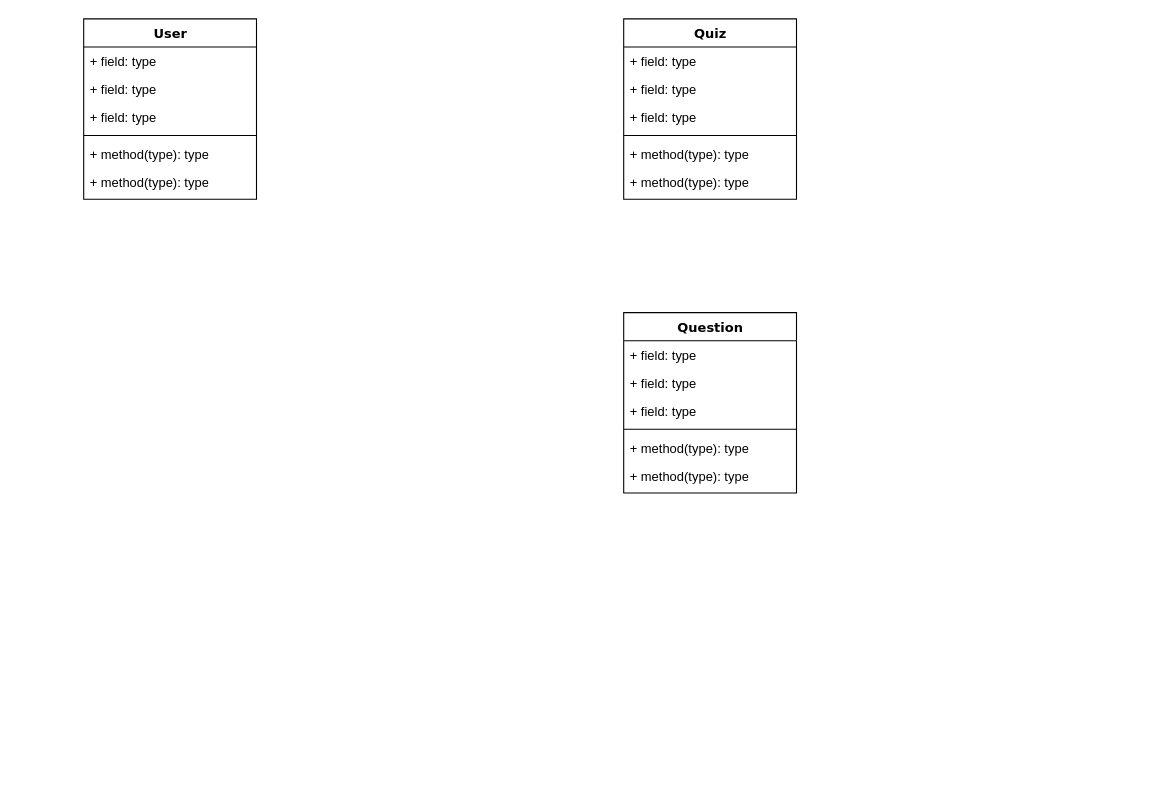
Before: docs/db_schema.drawio in mikolaz27/quiz_2025, a draw.io diagram. Source tidied: cells renumbered, new cells numbered last; positions are measured from the earlier drawing's top-left corner, leaving out a move shared by most shapes. Both pictures are drawn from the tidied source at 108%, with x=0, y=0 at pixel (83, 18).
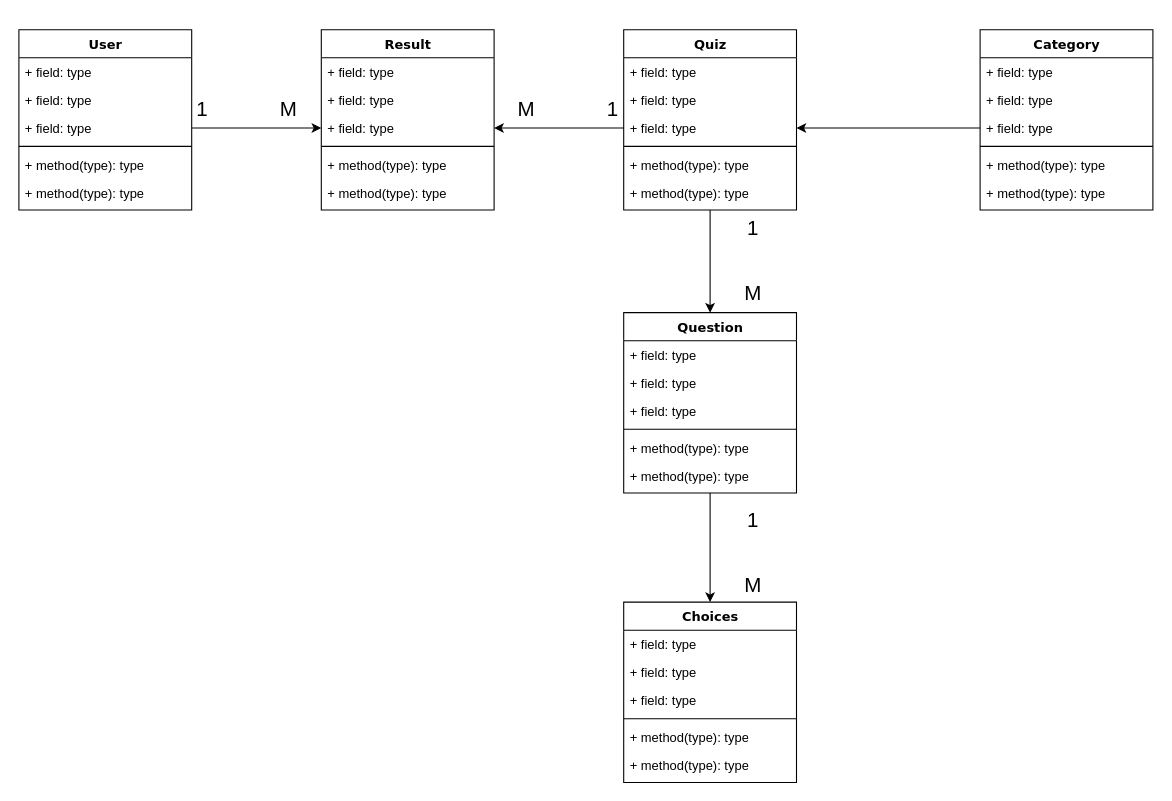
The same page after the edit.

Unchanged cells that the change refers to:
```xml
<mxCell id="5" value="+ field: type" style="text;html=1;strokeColor=none;fillColor=none;align=left;verticalAlign=top;spacingLeft=4;spacingRight=4;whiteSpace=wrap;overflow=hidden;points=[[0,0.5],[1,0.5]];portConstraint=eastwest;" parent="2" vertex="1">
  <mxGeometry y="78" width="160" height="26" as="geometry" />
</mxCell>
<mxCell id="9" value="Question" style="swimlane;html=1;fontStyle=1;align=center;verticalAlign=top;horizontal=1;startSize=26;swimlaneFillColor=#ffffff;rounded=0;shadow=0;comic=0;labelBackgroundColor=none;strokeWidth=1;fillColor=none;fontFamily=Verdana;fontSize=12;" parent="1" vertex="1">
  <mxGeometry x="500" y="272" width="160" height="167" as="geometry" />
</mxCell>
<mxCell id="19" value="+ field: type" style="text;html=1;strokeColor=none;fillColor=none;align=left;verticalAlign=top;spacingLeft=4;spacingRight=4;whiteSpace=wrap;overflow=hidden;points=[[0,0.5],[1,0.5]];portConstraint=eastwest;" parent="16" vertex="1">
  <mxGeometry y="78" width="160" height="26" as="geometry" />
</mxCell>
```

What changed in the source:
```diff
@@
+    <mxCell id="23" style="edgeStyle=orthogonalEdgeStyle;rounded=0;jettySize=auto;html=1;entryX=0.5;entryY=0;entryDx=0;entryDy=0;" parent="1" edge="1" source="2" target="9">
+      <mxGeometry relative="1" as="geometry" />
+    </mxCell>
     <mxCell id="2" value="&lt;div&gt;Quiz&lt;/div&gt;" style="swimlane;html=1;fontStyle=1;align=center;verticalAlign=top;horizontal=1;startSize=26;swimlaneFillColor=#ffffff;rounded=0;shadow=0;comic=0;labelBackgroundColor=none;strokeWidth=1;fillColor=none;fontFamily=Verdana;fontSize=12;" parent="1" vertex="1">
-      <mxGeometry x="500" width="160" height="167" as="geometry" />
+      <mxGeometry x="500" y="10" width="160" height="167" as="geometry" />
     </mxCell>
@@
+    <mxCell id="24" style="edgeStyle=orthogonalEdgeStyle;rounded=0;jettySize=auto;html=1;" parent="1" edge="1" source="9" target="27">
+      <mxGeometry relative="1" as="geometry" />
+    </mxCell>
@@
     <mxCell id="16" value="&lt;div&gt;User&lt;/div&gt;" style="swimlane;html=1;fontStyle=1;align=center;verticalAlign=top;horizontal=1;startSize=26;swimlaneFillColor=#ffffff;rounded=0;shadow=0;comic=0;labelBackgroundColor=none;strokeWidth=1;fillColor=none;fontFamily=Verdana;fontSize=12;" parent="1" vertex="1">
-      <mxGeometry width="160" height="167" as="geometry" />
+      <mxGeometry x="-60" y="10" width="160" height="167" as="geometry" />
     </mxCell>
@@
+    <mxCell id="25" value="1" style="text;html=1;align=center;verticalAlign=middle;whiteSpace=wrap;rounded=0;fontSize=19;" parent="1" vertex="1">
+      <mxGeometry x="590" y="180" width="60" height="30" as="geometry" />
+    </mxCell>
+    <mxCell id="26" value="M" style="text;html=1;align=center;verticalAlign=middle;whiteSpace=wrap;rounded=0;fontSize=19;" parent="1" vertex="1">
+      <mxGeometry x="590" y="240" width="60" height="30" as="geometry" />
+    </mxCell>
+    <mxCell id="27" value="Choices" style="swimlane;html=1;fontStyle=1;align=center;verticalAlign=top;horizontal=1;startSize=26;swimlaneFillColor=#ffffff;rounded=0;shadow=0;comic=0;labelBackgroundColor=none;strokeWidth=1;fillColor=none;fontFamily=Verdana;fontSize=12;" parent="1" vertex="1">
+      <mxGeometry x="500" y="540" width="160" height="167" as="geometry" />
+    </mxCell>
+    <mxCell id="28" value="+ field: type" style="text;html=1;strokeColor=none;fillColor=none;align=left;verticalAlign=top;spacingLeft=4;spacingRight=4;whiteSpace=wrap;overflow=hidden;" parent="27" vertex="1">
+      <mxGeometry y="26" width="160" height="26" as="geometry" />
+    </mxCell>
+    <mxCell id="29" value="+ field: type" style="text;html=1;strokeColor=none;fillColor=none;align=left;verticalAlign=top;spacingLeft=4;spacingRight=4;whiteSpace=wrap;overflow=hidden;" parent="27" vertex="1">
+      <mxGeometry y="52" width="160" height="26" as="geometry" />
+    </mxCell>
+    <mxCell id="30" value="+ field: type" style="text;html=1;strokeColor=none;fillColor=none;align=left;verticalAlign=top;spacingLeft=4;spacingRight=4;whiteSpace=wrap;overflow=hidden;" parent="27" vertex="1">
+      <mxGeometry y="78" width="160" height="26" as="geometry" />
+    </mxCell>
+    <mxCell id="31" style="line;html=1;strokeWidth=1;fillColor=none;align=left;verticalAlign=middle;spacingTop=-1;spacingLeft=3;spacingRight=3;labelPosition=right;" parent="27" vertex="1">
+      <mxGeometry y="104" width="160" height="8" as="geometry" />
+    </mxCell>
+    <mxCell id="32" value="+ method(type): type" style="text;html=1;strokeColor=none;fillColor=none;align=left;verticalAlign=top;spacingLeft=4;spacingRight=4;whiteSpace=wrap;overflow=hidden;" parent="27" vertex="1">
+      <mxGeometry y="112" width="160" height="26" as="geometry" />
+    </mxCell>
+    <mxCell id="33" value="+ method(type): type" style="text;html=1;strokeColor=none;fillColor=none;align=left;verticalAlign=top;spacingLeft=4;spacingRight=4;whiteSpace=wrap;overflow=hidden;" parent="27" vertex="1">
+      <mxGeometry y="138" width="160" height="26" as="geometry" />
+    </mxCell>
+    <mxCell id="34" value="1" style="text;html=1;align=center;verticalAlign=middle;whiteSpace=wrap;rounded=0;fontSize=19;" parent="1" vertex="1">
+      <mxGeometry x="590" y="450" width="60" height="30" as="geometry" />
+    </mxCell>
+    <mxCell id="35" value="M" style="text;html=1;align=center;verticalAlign=middle;whiteSpace=wrap;rounded=0;fontSize=19;" parent="1" vertex="1">
+      <mxGeometry x="590" y="510" width="60" height="30" as="geometry" />
+    </mxCell>
+    <mxCell id="36" value="Result" style="swimlane;html=1;fontStyle=1;align=center;verticalAlign=top;horizontal=1;startSize=26;swimlaneFillColor=#ffffff;rounded=0;shadow=0;comic=0;labelBackgroundColor=none;strokeWidth=1;fillColor=none;fontFamily=Verdana;fontSize=12;" parent="1" vertex="1">
+      <mxGeometry x="220" y="10" width="160" height="167" as="geometry" />
+    </mxCell>
+    <mxCell id="37" value="+ field: type" style="text;html=1;strokeColor=none;fillColor=none;align=left;verticalAlign=top;spacingLeft=4;spacingRight=4;whiteSpace=wrap;overflow=hidden;" parent="36" vertex="1">
+      <mxGeometry y="26" width="160" height="26" as="geometry" />
+    </mxCell>
+    <mxCell id="38" value="+ field: type" style="text;html=1;strokeColor=none;fillColor=none;align=left;verticalAlign=top;spacingLeft=4;spacingRight=4;whiteSpace=wrap;overflow=hidden;" parent="36" vertex="1">
+      <mxGeometry y="52" width="160" height="26" as="geometry" />
+    </mxCell>
+    <mxCell id="39" value="+ field: type" style="text;html=1;strokeColor=none;fillColor=none;align=left;verticalAlign=top;spacingLeft=4;spacingRight=4;whiteSpace=wrap;overflow=hidden;points=[[0,0.5],[1,0.5]];portConstraint=eastwest;" parent="36" vertex="1">
+      <mxGeometry y="78" width="160" height="26" as="geometry" />
+    </mxCell>
+    <mxCell id="40" style="line;html=1;strokeWidth=1;fillColor=none;align=left;verticalAlign=middle;spacingTop=-1;spacingLeft=3;spacingRight=3;labelPosition=right;" parent="36" vertex="1">
+      <mxGeometry y="104" width="160" height="8" as="geometry" />
+    </mxCell>
+    <mxCell id="41" value="+ method(type): type" style="text;html=1;strokeColor=none;fillColor=none;align=left;verticalAlign=top;spacingLeft=4;spacingRight=4;whiteSpace=wrap;overflow=hidden;" parent="36" vertex="1">
+      <mxGeometry y="112" width="160" height="26" as="geometry" />
+    </mxCell>
+    <mxCell id="42" value="+ method(type): type" style="text;html=1;strokeColor=none;fillColor=none;align=left;verticalAlign=top;spacingLeft=4;spacingRight=4;whiteSpace=wrap;overflow=hidden;" parent="36" vertex="1">
+      <mxGeometry y="138" width="160" height="26" as="geometry" />
+    </mxCell>
+    <mxCell id="43" style="edgeStyle=orthogonalEdgeStyle;rounded=0;jettySize=auto;html=1;exitX=1;exitY=0.5;exitDx=0;exitDy=0;entryX=0;entryY=0.5;entryDx=0;entryDy=0;" parent="1" edge="1" source="19" target="39">
+      <mxGeometry relative="1" as="geometry" />
+    </mxCell>
+    <mxCell id="44" value="1" style="text;html=1;align=center;verticalAlign=middle;whiteSpace=wrap;rounded=0;fontSize=19;" parent="1" vertex="1">
+      <mxGeometry x="80" y="68.5" width="60" height="30" as="geometry" />
+    </mxCell>
+    <mxCell id="45" value="M" style="text;html=1;align=center;verticalAlign=middle;whiteSpace=wrap;rounded=0;fontSize=19;" parent="1" vertex="1">
+      <mxGeometry x="160" y="68.5" width="60" height="30" as="geometry" />
+    </mxCell>
+    <mxCell id="46" style="edgeStyle=orthogonalEdgeStyle;rounded=0;jettySize=auto;html=1;exitX=0;exitY=0.5;exitDx=0;exitDy=0;entryX=1;entryY=0.5;entryDx=0;entryDy=0;" parent="1" edge="1" source="5" target="39">
+      <mxGeometry relative="1" as="geometry" />
+    </mxCell>
+    <mxCell id="47" value="1" style="text;html=1;align=center;verticalAlign=middle;whiteSpace=wrap;rounded=0;fontSize=19;" parent="1" vertex="1">
+      <mxGeometry x="460" y="68.5" width="60" height="30" as="geometry" />
+    </mxCell>
+    <mxCell id="48" value="M" style="text;html=1;align=center;verticalAlign=middle;whiteSpace=wrap;rounded=0;fontSize=19;" parent="1" vertex="1">
+      <mxGeometry x="380" y="68.5" width="60" height="30" as="geometry" />
+    </mxCell>
+    <mxCell id="49" value="&lt;div&gt;Category&lt;/div&gt;" style="swimlane;html=1;fontStyle=1;align=center;verticalAlign=top;horizontal=1;startSize=26;swimlaneFillColor=#ffffff;rounded=0;shadow=0;comic=0;labelBackgroundColor=none;strokeWidth=1;fillColor=none;fontFamily=Verdana;fontSize=12;" parent="1" vertex="1">
+      <mxGeometry x="830" y="10" width="160" height="167" as="geometry" />
+    </mxCell>
+    <mxCell id="50" value="+ field: type" style="text;html=1;strokeColor=none;fillColor=none;align=left;verticalAlign=top;spacingLeft=4;spacingRight=4;whiteSpace=wrap;overflow=hidden;" parent="49" vertex="1">
+      <mxGeometry y="26" width="160" height="26" as="geometry" />
+    </mxCell>
+    <mxCell id="51" value="+ field: type" style="text;html=1;strokeColor=none;fillColor=none;align=left;verticalAlign=top;spacingLeft=4;spacingRight=4;whiteSpace=wrap;overflow=hidden;" parent="49" vertex="1">
+      <mxGeometry y="52" width="160" height="26" as="geometry" />
+    </mxCell>
+    <mxCell id="52" value="+ field: type" style="text;html=1;strokeColor=none;fillColor=none;align=left;verticalAlign=top;spacingLeft=4;spacingRight=4;whiteSpace=wrap;overflow=hidden;points=[[0,0.5],[1,0.5]];portConstraint=eastwest;" parent="49" vertex="1">
+      <mxGeometry y="78" width="160" height="26" as="geometry" />
+    </mxCell>
+    <mxCell id="53" style="line;html=1;strokeWidth=1;fillColor=none;align=left;verticalAlign=middle;spacingTop=-1;spacingLeft=3;spacingRight=3;labelPosition=right;" parent="49" vertex="1">
+      <mxGeometry y="104" width="160" height="8" as="geometry" />
+    </mxCell>
+    <mxCell id="54" value="+ method(type): type" style="text;html=1;strokeColor=none;fillColor=none;align=left;verticalAlign=top;spacingLeft=4;spacingRight=4;whiteSpace=wrap;overflow=hidden;" parent="49" vertex="1">
+      <mxGeometry y="112" width="160" height="26" as="geometry" />
+    </mxCell>
+    <mxCell id="55" value="+ method(type): type" style="text;html=1;strokeColor=none;fillColor=none;align=left;verticalAlign=top;spacingLeft=4;spacingRight=4;whiteSpace=wrap;overflow=hidden;" parent="49" vertex="1">
+      <mxGeometry y="138" width="160" height="26" as="geometry" />
+    </mxCell>
+    <mxCell id="56" style="edgeStyle=orthogonalEdgeStyle;rounded=0;jettySize=auto;html=1;entryX=1;entryY=0.5;entryDx=0;entryDy=0;" parent="1" edge="1" source="52" target="5">
+      <mxGeometry relative="1" as="geometry" />
+    </mxCell>
```
